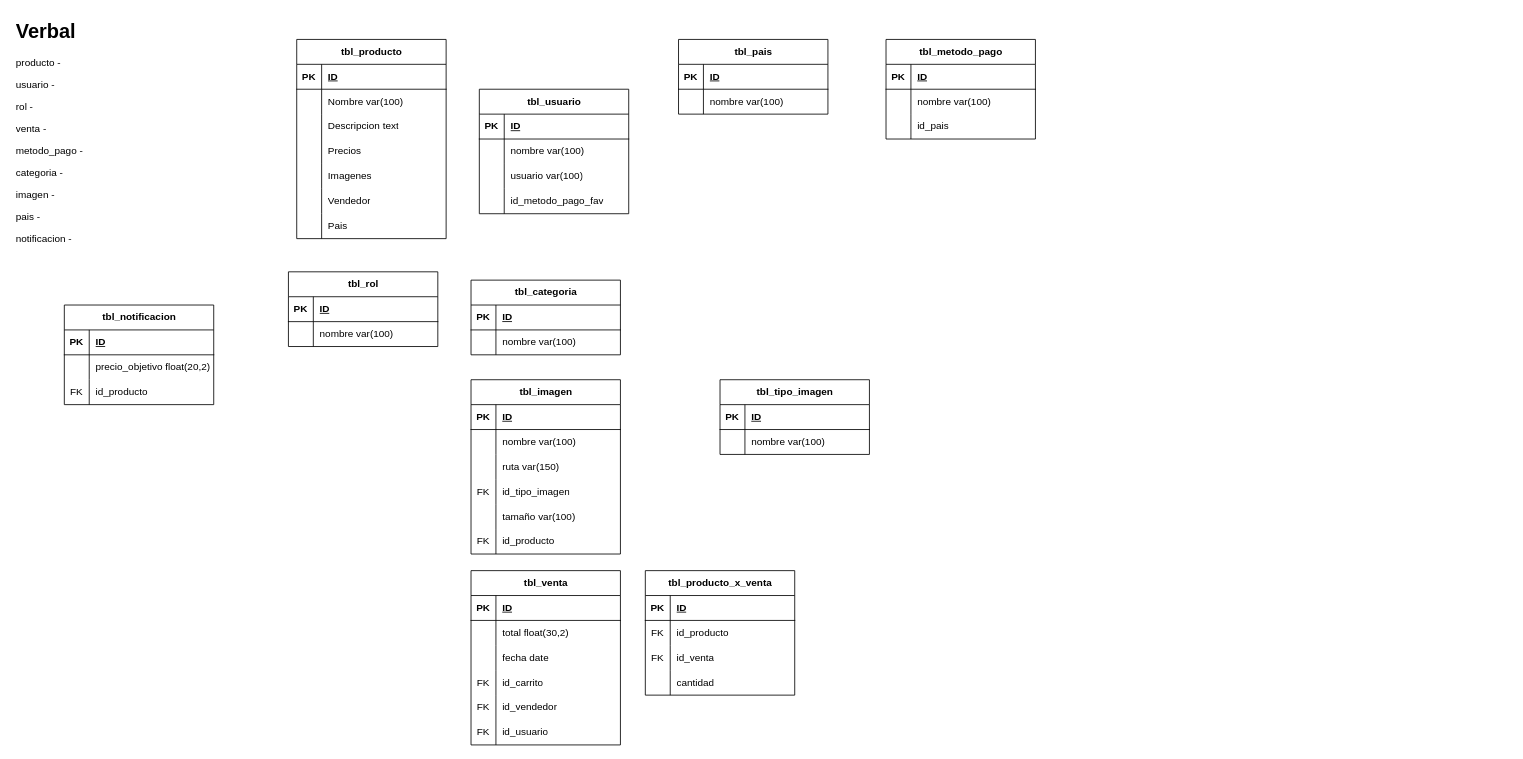
Before: e-shop cuentas & videojuegos.drawio in jorge-ruizf/jshop, a draw.io diagram. Source tidied: cells renumbered, new cells numbered last; positions are measured from the earlier drawing's top-left corner, leaving out a move shared by most shapes. Both pictures are drawn from the tidied source at 83%, with x=0, y=0 at pixel (14, 14).
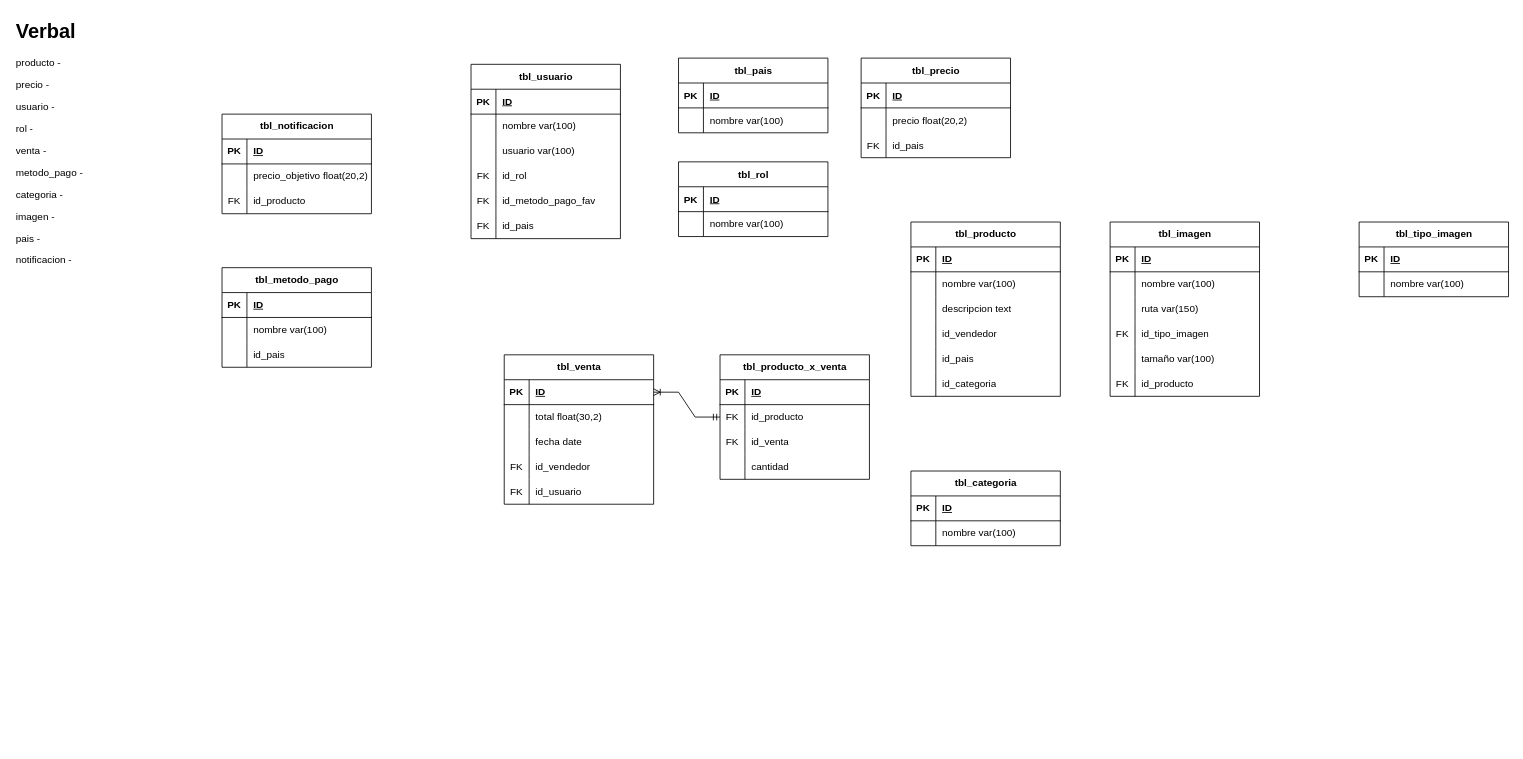
The same diagram, later.

Unchanged cells that the change refers to:
```xml
<mxCell id="6" style="shape=tableRow;horizontal=0;startSize=0;swimlaneHead=0;swimlaneBody=0;fillColor=none;top=0;left=0;right=0;bottom=0;" parent="2" vertex="1">
  <mxGeometry y="60" width="180" height="30" as="geometry" />
</mxCell>
<mxCell id="9" style="shape=tableRow;horizontal=0;startSize=0;swimlaneHead=0;swimlaneBody=0;fillColor=none;top=0;left=0;right=0;bottom=0;" parent="2" vertex="1">
  <mxGeometry y="90" width="180" height="30" as="geometry" />
</mxCell>
<mxCell id="69" style="shape=tableRow;horizontal=0;startSize=0;swimlaneHead=0;swimlaneBody=0;fillColor=none;points=[[0,0.5],[1,0.5]];portConstraint=eastwest;top=0;left=0;right=0;bottom=1;" parent="68" vertex="1">
  <mxGeometry y="30" width="180" height="30" as="geometry" />
</mxCell>
<mxCell id="91" style="shape=tableRow;horizontal=0;startSize=0;swimlaneHead=0;swimlaneBody=0;fillColor=none;points=[[0,0.5],[1,0.5]];portConstraint=eastwest;top=0;left=0;right=0;bottom=0;" parent="87" vertex="1">
  <mxGeometry y="60" width="180" height="30" as="geometry" />
</mxCell>
<mxCell id="110" style="shape=tableRow;horizontal=0;startSize=0;swimlaneHead=0;swimlaneBody=0;fillColor=none;top=0;left=0;right=0;bottom=0;" parent="100" vertex="1">
  <mxGeometry y="120" width="180" height="30" as="geometry" />
</mxCell>
```

The edit, as a diff of the source:
```diff
@@
     <mxCell id="2" value="tbl_producto" style="shape=table;startSize=30;childLayout=tableLayout;rowLines=0;fontStyle=1;align=center;html=1;" parent="1" vertex="1">
-      <mxGeometry x="340" y="30" width="180" height="240" as="geometry" />
+      <mxGeometry x="1080" y="250" width="180" height="210" as="geometry" />
     </mxCell>
@@
-    <mxCell id="8" value="Nombre var(100)" style="shape=partialRectangle;fillColor=none;top=0;left=0;bottom=0;right=0;align=left;spacingLeft=6;overflow=hidden;whiteSpace=wrap;html=1;" parent="6" vertex="1">
+    <mxCell id="8" value="nombre var(100)" style="shape=partialRectangle;fillColor=none;top=0;left=0;bottom=0;right=0;align=left;spacingLeft=6;overflow=hidden;whiteSpace=wrap;html=1;" parent="6" vertex="1">
       <mxGeometry x="30" width="150" height="30" as="geometry" />
     </mxCell>
@@
-    <mxCell id="11" value="Descripcion text" style="shape=partialRectangle;fillColor=none;top=0;left=0;bottom=0;right=0;align=left;spacingLeft=6;overflow=hidden;whiteSpace=wrap;html=1;" parent="9" vertex="1">
+    <mxCell id="11" value="descripcion text" style="shape=partialRectangle;fillColor=none;top=0;left=0;bottom=0;right=0;align=left;spacingLeft=6;overflow=hidden;whiteSpace=wrap;html=1;" parent="9" vertex="1">
       <mxGeometry x="30" width="150" height="30" as="geometry" />
     </mxCell>
-    <mxCell id="12" style="shape=tableRow;horizontal=0;startSize=0;swimlaneHead=0;swimlaneBody=0;fillColor=none;top=0;left=0;right=0;bottom=0;" parent="2" vertex="1">
-      <mxGeometry y="120" width="180" height="30" as="geometry" />
-    </mxCell>
-    <mxCell id="13" style="shape=partialRectangle;fillColor=none;top=0;left=0;bottom=0;right=0;overflow=hidden;whiteSpace=wrap;html=1;" parent="12" vertex="1">
-      <mxGeometry width="30" height="30" as="geometry" />
-    </mxCell>
-    <mxCell id="14" value="Precios" style="shape=partialRectangle;fillColor=none;top=0;left=0;bottom=0;right=0;align=left;spacingLeft=6;overflow=hidden;whiteSpace=wrap;html=1;" parent="12" vertex="1">
-      <mxGeometry x="30" width="150" height="30" as="geometry" />
-    </mxCell>
-    <mxCell id="15" style="shape=tableRow;horizontal=0;startSize=0;swimlaneHead=0;swimlaneBody=0;fillColor=none;top=0;left=0;right=0;bottom=0;" parent="2" vertex="1">
-      <mxGeometry y="150" width="180" height="30" as="geometry" />
-    </mxCell>
-    <mxCell id="16" style="shape=partialRectangle;fillColor=none;top=0;left=0;bottom=0;right=0;overflow=hidden;whiteSpace=wrap;html=1;" parent="15" vertex="1">
-      <mxGeometry width="30" height="30" as="geometry" />
-    </mxCell>
-    <mxCell id="17" value="Imagenes" style="shape=partialRectangle;fillColor=none;top=0;left=0;bottom=0;right=0;align=left;spacingLeft=6;overflow=hidden;whiteSpace=wrap;html=1;" parent="15" vertex="1">
-      <mxGeometry x="30" width="150" height="30" as="geometry" />
-    </mxCell>
     <mxCell id="18" style="shape=tableRow;horizontal=0;startSize=0;swimlaneHead=0;swimlaneBody=0;fillColor=none;top=0;left=0;right=0;bottom=0;" parent="2" vertex="1">
-      <mxGeometry y="180" width="180" height="30" as="geometry" />
+      <mxGeometry y="120" width="180" height="30" as="geometry" />
     </mxCell>
@@
-    <mxCell id="20" value="Vendedor" style="shape=partialRectangle;fillColor=none;top=0;left=0;bottom=0;right=0;align=left;spacingLeft=6;overflow=hidden;whiteSpace=wrap;html=1;" parent="18" vertex="1">
+    <mxCell id="20" value="id_vendedor" style="shape=partialRectangle;fillColor=none;top=0;left=0;bottom=0;right=0;align=left;spacingLeft=6;overflow=hidden;whiteSpace=wrap;html=1;" parent="18" vertex="1">
       <mxGeometry x="30" width="150" height="30" as="geometry" />
     </mxCell>
     <mxCell id="21" style="shape=tableRow;horizontal=0;startSize=0;swimlaneHead=0;swimlaneBody=0;fillColor=none;top=0;left=0;right=0;bottom=0;" parent="2" vertex="1">
-      <mxGeometry y="210" width="180" height="30" as="geometry" />
+      <mxGeometry y="150" width="180" height="30" as="geometry" />
     </mxCell>
@@
-    <mxCell id="23" value="Pais" style="shape=partialRectangle;fillColor=none;top=0;left=0;bottom=0;right=0;align=left;spacingLeft=6;overflow=hidden;whiteSpace=wrap;html=1;" parent="21" vertex="1">
+    <mxCell id="23" value="id_pais" style="shape=partialRectangle;fillColor=none;top=0;left=0;bottom=0;right=0;align=left;spacingLeft=6;overflow=hidden;whiteSpace=wrap;html=1;" parent="21" vertex="1">
       <mxGeometry x="30" width="150" height="30" as="geometry" />
     </mxCell>
+    <mxCell id="137" style="shape=tableRow;horizontal=0;startSize=0;swimlaneHead=0;swimlaneBody=0;fillColor=none;top=0;left=0;right=0;bottom=0;" parent="2" vertex="1">
+      <mxGeometry y="180" width="180" height="30" as="geometry" />
+    </mxCell>
+    <mxCell id="138" style="shape=partialRectangle;fillColor=none;top=0;left=0;bottom=0;right=0;overflow=hidden;whiteSpace=wrap;html=1;" parent="137" vertex="1">
+      <mxGeometry width="30" height="30" as="geometry" />
+    </mxCell>
+    <mxCell id="139" value="id_categoria" style="shape=partialRectangle;fillColor=none;top=0;left=0;bottom=0;right=0;align=left;spacingLeft=6;overflow=hidden;whiteSpace=wrap;html=1;" parent="137" vertex="1">
+      <mxGeometry x="30" width="150" height="30" as="geometry" />
+    </mxCell>
-    <mxCell id="24" value="&lt;h1 style=&quot;margin-top: 0px;&quot;&gt;Verbal&lt;/h1&gt;&lt;p&gt;producto -&lt;/p&gt;&lt;p&gt;usuario -&lt;/p&gt;&lt;p&gt;rol -&lt;/p&gt;&lt;p&gt;venta -&lt;/p&gt;&lt;p&gt;metodo_pago -&lt;/p&gt;&lt;p&gt;categoria -&lt;/p&gt;&lt;p&gt;imagen -&lt;/p&gt;&lt;p&gt;pais -&lt;/p&gt;&lt;p&gt;notificacion -&lt;/p&gt;&lt;p&gt;&lt;br&gt;&lt;/p&gt;" style="text;html=1;whiteSpace=wrap;overflow=hidden;rounded=0;" parent="1" vertex="1">
+    <mxCell id="24" value="&lt;h1 style=&quot;margin-top: 0px;&quot;&gt;Verbal&lt;/h1&gt;&lt;p&gt;producto -&lt;/p&gt;&lt;p&gt;precio -&lt;/p&gt;&lt;p&gt;usuario -&lt;/p&gt;&lt;p&gt;rol -&lt;/p&gt;&lt;p&gt;venta -&lt;/p&gt;&lt;p&gt;metodo_pago -&lt;/p&gt;&lt;p&gt;categoria -&lt;/p&gt;&lt;p&gt;imagen -&lt;/p&gt;&lt;p&gt;pais -&lt;/p&gt;&lt;p&gt;notificacion -&lt;/p&gt;&lt;p&gt;&lt;br&gt;&lt;/p&gt;" style="text;html=1;whiteSpace=wrap;overflow=hidden;rounded=0;" parent="1" vertex="1">
       <mxGeometry width="180" height="320" as="geometry" />
     </mxCell>
     <mxCell id="25" value="tbl_pais" style="shape=table;startSize=30;childLayout=tableLayout;rowLines=0;fontStyle=1;align=center;html=1;" parent="1" vertex="1">
-      <mxGeometry x="800" y="30" width="180" height="90" as="geometry" />
+      <mxGeometry x="800" y="52.5" width="180" height="90" as="geometry" />
     </mxCell>
@@
     <mxCell id="32" value="tbl_metodo_pago" style="shape=table;startSize=30;childLayout=tableLayout;rowLines=0;fontStyle=1;align=center;html=1;" parent="1" vertex="1">
-      <mxGeometry x="1050" y="30" width="180" height="120" as="geometry" />
+      <mxGeometry x="250" y="305" width="180" height="120" as="geometry" />
     </mxCell>
@@
     <mxCell id="42" value="tbl_categoria" style="shape=table;startSize=30;childLayout=tableLayout;rowLines=0;fontStyle=1;align=center;html=1;" parent="1" vertex="1">
-      <mxGeometry x="550" y="320" width="180" height="90" as="geometry" />
+      <mxGeometry x="1080" y="550" width="180" height="90" as="geometry" />
     </mxCell>
@@
     <mxCell id="49" value="tbl_imagen" style="shape=table;startSize=30;childLayout=tableLayout;rowLines=0;fontStyle=1;align=center;html=1;" parent="1" vertex="1">
-      <mxGeometry x="550" y="440" width="180" height="210" as="geometry" />
+      <mxGeometry x="1320" y="250" width="180" height="210" as="geometry" />
     </mxCell>
@@
     <mxCell id="68" value="tbl_venta" style="shape=table;startSize=30;childLayout=tableLayout;rowLines=0;fontStyle=1;align=center;html=1;" parent="1" vertex="1">
-      <mxGeometry x="550" y="670" width="180" height="210" as="geometry" />
+      <mxGeometry x="590" y="410" width="180" height="180" as="geometry" />
     </mxCell>
@@
-    <mxCell id="78" style="shape=tableRow;horizontal=0;startSize=0;swimlaneHead=0;swimlaneBody=0;fillColor=none;top=0;left=0;right=0;bottom=0;" parent="68" vertex="1">
-      <mxGeometry y="120" width="180" height="30" as="geometry" />
-    </mxCell>
-    <mxCell id="79" value="FK" style="shape=partialRectangle;fillColor=none;top=0;left=0;bottom=0;right=0;overflow=hidden;whiteSpace=wrap;html=1;" parent="78" vertex="1">
-      <mxGeometry width="30" height="30" as="geometry" />
-    </mxCell>
-    <mxCell id="80" value="id_carrito" style="shape=partialRectangle;fillColor=none;top=0;left=0;bottom=0;right=0;align=left;spacingLeft=6;overflow=hidden;whiteSpace=wrap;html=1;" parent="78" vertex="1">
-      <mxGeometry x="30" width="150" height="30" as="geometry" />
-    </mxCell>
     <mxCell id="81" style="shape=tableRow;horizontal=0;startSize=0;swimlaneHead=0;swimlaneBody=0;fillColor=none;top=0;left=0;right=0;bottom=0;" parent="68" vertex="1">
-      <mxGeometry y="150" width="180" height="30" as="geometry" />
+      <mxGeometry y="120" width="180" height="30" as="geometry" />
     </mxCell>
@@
     <mxCell id="84" style="shape=tableRow;horizontal=0;startSize=0;swimlaneHead=0;swimlaneBody=0;fillColor=none;top=0;left=0;right=0;bottom=0;" parent="68" vertex="1">
-      <mxGeometry y="180" width="180" height="30" as="geometry" />
+      <mxGeometry y="150" width="180" height="30" as="geometry" />
     </mxCell>
@@
     <mxCell id="87" value="tbl_producto_x_venta" style="shape=table;startSize=30;childLayout=tableLayout;rowLines=0;fontStyle=1;align=center;html=1;" parent="1" vertex="1">
-      <mxGeometry x="760" y="670" width="180" height="150" as="geometry" />
+      <mxGeometry x="850" y="410" width="180" height="150" as="geometry" />
     </mxCell>
@@
     <mxCell id="100" value="tbl_usuario" style="shape=table;startSize=30;childLayout=tableLayout;rowLines=0;fontStyle=1;align=center;html=1;" parent="1" vertex="1">
-      <mxGeometry x="560" y="90" width="180" height="150" as="geometry" />
+      <mxGeometry x="550" y="60" width="180" height="210" as="geometry" />
     </mxCell>
@@
-    <mxCell id="111" style="shape=partialRectangle;fillColor=none;top=0;left=0;bottom=0;right=0;overflow=hidden;whiteSpace=wrap;html=1;" parent="110" vertex="1">
+    <mxCell id="111" value="FK" style="shape=partialRectangle;fillColor=none;top=0;left=0;bottom=0;right=0;overflow=hidden;whiteSpace=wrap;html=1;" parent="110" vertex="1">
       <mxGeometry width="30" height="30" as="geometry" />
     </mxCell>
-    <mxCell id="112" value="id_metodo_pago_fav" style="shape=partialRectangle;fillColor=none;top=0;left=0;bottom=0;right=0;align=left;spacingLeft=6;overflow=hidden;whiteSpace=wrap;html=1;" parent="110" vertex="1">
+    <mxCell id="112" value="id_rol" style="shape=partialRectangle;fillColor=none;top=0;left=0;bottom=0;right=0;align=left;spacingLeft=6;overflow=hidden;whiteSpace=wrap;html=1;" parent="110" vertex="1">
       <mxGeometry x="30" width="150" height="30" as="geometry" />
     </mxCell>
+    <mxCell id="15" style="shape=tableRow;horizontal=0;startSize=0;swimlaneHead=0;swimlaneBody=0;fillColor=none;top=0;left=0;right=0;bottom=0;" parent="100" vertex="1">
+      <mxGeometry y="150" width="180" height="30" as="geometry" />
+    </mxCell>
+    <mxCell id="140" value="FK" style="shape=partialRectangle;fillColor=none;top=0;left=0;bottom=0;right=0;overflow=hidden;whiteSpace=wrap;html=1;" parent="15" vertex="1">
+      <mxGeometry width="30" height="30" as="geometry" />
+    </mxCell>
+    <mxCell id="141" value="id_metodo_pago_fav" style="shape=partialRectangle;fillColor=none;top=0;left=0;bottom=0;right=0;align=left;spacingLeft=6;overflow=hidden;whiteSpace=wrap;html=1;" parent="15" vertex="1">
+      <mxGeometry x="30" width="150" height="30" as="geometry" />
+    </mxCell>
+    <mxCell id="142" style="shape=tableRow;horizontal=0;startSize=0;swimlaneHead=0;swimlaneBody=0;fillColor=none;top=0;left=0;right=0;bottom=0;" parent="100" vertex="1">
+      <mxGeometry y="180" width="180" height="30" as="geometry" />
+    </mxCell>
+    <mxCell id="143" value="FK" style="shape=partialRectangle;fillColor=none;top=0;left=0;bottom=0;right=0;overflow=hidden;whiteSpace=wrap;html=1;" parent="142" vertex="1">
+      <mxGeometry width="30" height="30" as="geometry" />
+    </mxCell>
+    <mxCell id="144" value="id_pais" style="shape=partialRectangle;fillColor=none;top=0;left=0;bottom=0;right=0;align=left;spacingLeft=6;overflow=hidden;whiteSpace=wrap;html=1;" parent="142" vertex="1">
+      <mxGeometry x="30" width="150" height="30" as="geometry" />
+    </mxCell>
     <mxCell id="113" value="tbl_tipo_imagen" style="shape=table;startSize=30;childLayout=tableLayout;rowLines=0;fontStyle=1;align=center;html=1;" parent="1" vertex="1">
-      <mxGeometry x="850" y="440" width="180" height="90" as="geometry" />
+      <mxGeometry x="1620" y="250" width="180" height="90" as="geometry" />
     </mxCell>
@@
     <mxCell id="120" value="tbl_rol" style="shape=table;startSize=30;childLayout=tableLayout;rowLines=0;fontStyle=1;align=center;html=1;" parent="1" vertex="1">
-      <mxGeometry x="330" y="310" width="180" height="90" as="geometry" />
+      <mxGeometry x="800" y="177.5" width="180" height="90" as="geometry" />
     </mxCell>
@@
     <mxCell id="127" value="tbl_notificacion" style="shape=table;startSize=30;childLayout=tableLayout;rowLines=0;fontStyle=1;align=center;html=1;" parent="1" vertex="1">
-      <mxGeometry x="60" y="350" width="180" height="120" as="geometry" />
+      <mxGeometry x="250" y="120" width="180" height="120" as="geometry" />
     </mxCell>
@@
+    <mxCell id="145" value="tbl_precio" style="shape=table;startSize=30;childLayout=tableLayout;rowLines=0;fontStyle=1;align=center;html=1;" parent="1" vertex="1">
+      <mxGeometry x="1020" y="52.5" width="180" height="120" as="geometry" />
+    </mxCell>
+    <mxCell id="146" style="shape=tableRow;horizontal=0;startSize=0;swimlaneHead=0;swimlaneBody=0;fillColor=none;top=0;left=0;right=0;bottom=1;" parent="145" vertex="1">
+      <mxGeometry y="30" width="180" height="30" as="geometry" />
+    </mxCell>
+    <mxCell id="147" value="PK" style="shape=partialRectangle;fillColor=none;top=0;left=0;bottom=0;right=0;fontStyle=1;overflow=hidden;whiteSpace=wrap;html=1;" parent="146" vertex="1">
+      <mxGeometry width="30" height="30" as="geometry" />
+    </mxCell>
+    <mxCell id="148" value="ID" style="shape=partialRectangle;fillColor=none;top=0;left=0;bottom=0;right=0;align=left;spacingLeft=6;fontStyle=5;overflow=hidden;whiteSpace=wrap;html=1;" parent="146" vertex="1">
+      <mxGeometry x="30" width="150" height="30" as="geometry" />
+    </mxCell>
+    <mxCell id="149" style="shape=tableRow;horizontal=0;startSize=0;swimlaneHead=0;swimlaneBody=0;fillColor=none;top=0;left=0;right=0;bottom=0;" parent="145" vertex="1">
+      <mxGeometry y="60" width="180" height="30" as="geometry" />
+    </mxCell>
+    <mxCell id="150" style="shape=partialRectangle;fillColor=none;top=0;left=0;bottom=0;right=0;overflow=hidden;whiteSpace=wrap;html=1;" parent="149" vertex="1">
+      <mxGeometry width="30" height="30" as="geometry" />
+    </mxCell>
+    <mxCell id="151" value="precio float(20,2)" style="shape=partialRectangle;fillColor=none;top=0;left=0;bottom=0;right=0;align=left;spacingLeft=6;overflow=hidden;whiteSpace=wrap;html=1;" parent="149" vertex="1">
+      <mxGeometry x="30" width="150" height="30" as="geometry" />
+    </mxCell>
+    <mxCell id="152" style="shape=tableRow;horizontal=0;startSize=0;swimlaneHead=0;swimlaneBody=0;fillColor=none;top=0;left=0;right=0;bottom=0;" parent="145" vertex="1">
+      <mxGeometry y="90" width="180" height="30" as="geometry" />
+    </mxCell>
+    <mxCell id="153" value="FK" style="shape=partialRectangle;fillColor=none;top=0;left=0;bottom=0;right=0;overflow=hidden;whiteSpace=wrap;html=1;" parent="152" vertex="1">
+      <mxGeometry width="30" height="30" as="geometry" />
+    </mxCell>
+    <mxCell id="154" value="id_pais" style="shape=partialRectangle;fillColor=none;top=0;left=0;bottom=0;right=0;align=left;spacingLeft=6;overflow=hidden;whiteSpace=wrap;html=1;" parent="152" vertex="1">
+      <mxGeometry x="30" width="150" height="30" as="geometry" />
+    </mxCell>
+    <mxCell id="155" style="edgeStyle=entityRelationEdgeStyle;fontSize=12;html=1;endArrow=ERoneToMany;startArrow=ERmandOne;rounded=0;exitX=0;exitY=0.5;exitDx=0;exitDy=0;entryX=1;entryY=0.5;entryDx=0;entryDy=0;" parent="1" edge="1" source="91" target="69">
+      <mxGeometry relative="1" as="geometry" />
+    </mxCell>
```
